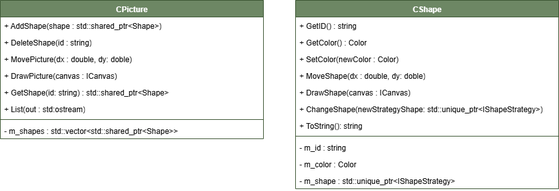
The draw.io diagram strategy/4/ProgramWithShapes.drawio.png in raketa0/OOD, before a commit. Source tidied: cells renumbered, new cells last; positions are measured from the earlier drawing's top-left corner, leaving out a move shared by most shapes.
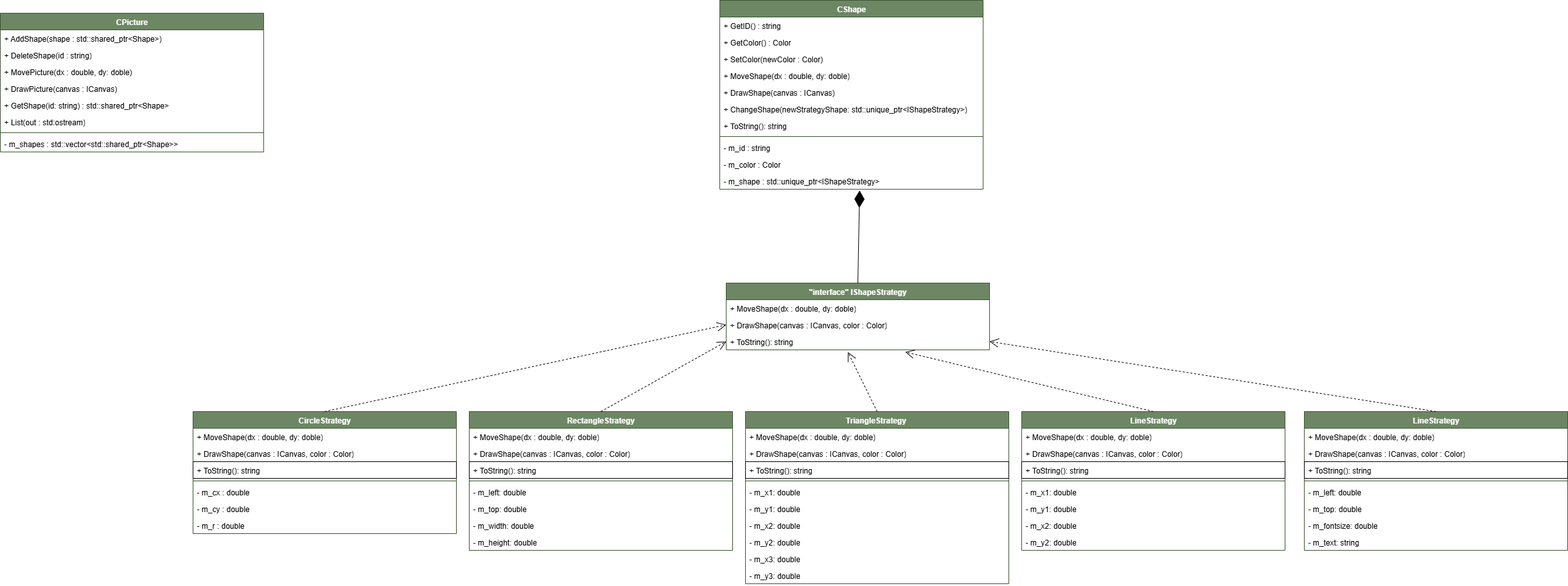
Above is the later version.

Commit message:
Доработал диаграмму классов

What changed in the source:
```diff
@@ -3,7 +3,7 @@
     <mxCell id="0" />
     <mxCell id="1" parent="0" />
     <mxCell id="2" value="CShape" style="swimlane;fontStyle=1;align=center;verticalAlign=top;horizontal=1;startSize=26;whiteSpace=wrap;html=1;fillColor=#6d8764;fontColor=#ffffff;strokeColor=#3A5431;" parent="1" vertex="1">
-      <mxGeometry x="460" width="410" height="294" as="geometry" />
+      <mxGeometry x="770" y="-60" width="410" height="294" as="geometry" />
     </mxCell>
     <mxCell id="3" value="&lt;font style=&quot;color: light-dark(rgb(0, 0, 0), rgb(0, 0, 0));&quot;&gt;+ GetID() : string&lt;/font&gt;" style="text;strokeColor=none;fillColor=none;align=left;verticalAlign=top;spacingLeft=4;spacingRight=4;overflow=hidden;whiteSpace=wrap;html=1;" parent="2" vertex="1">
       <mxGeometry y="26" width="410" height="26" as="geometry" />
@@ -39,7 +39,7 @@
       <mxGeometry y="268" width="410" height="26" as="geometry" />
     </mxCell>
     <mxCell id="14" value="CPicture" style="swimlane;fontStyle=1;align=center;verticalAlign=top;horizontal=1;startSize=26;whiteSpace=wrap;html=1;fillColor=#6d8764;fontColor=#ffffff;strokeColor=#3A5431;" parent="1" vertex="1">
-      <mxGeometry width="410" height="216" as="geometry" />
+      <mxGeometry x="-350" y="-40" width="410" height="216" as="geometry" />
     </mxCell>
     <mxCell id="15" value="&lt;font style=&quot;color: light-dark(rgb(0, 0, 0), rgb(0, 0, 0));&quot;&gt;+ AddShape(shape : std::shared_ptr&amp;lt;Shape&amp;gt;)&lt;/font&gt;" style="text;strokeColor=none;fillColor=none;align=left;verticalAlign=top;spacingLeft=4;spacingRight=4;overflow=hidden;whiteSpace=wrap;html=1;" parent="14" vertex="1">
       <mxGeometry y="26" width="410" height="26" as="geometry" />
@@ -65,5 +65,173 @@
     <mxCell id="22" value="-&amp;nbsp;m_shapes :&amp;nbsp;std::vector&amp;lt;std::shared_ptr&amp;lt;Shape&amp;gt;&amp;gt;" style="text;strokeColor=none;fillColor=none;align=left;verticalAlign=top;spacingLeft=4;spacingRight=4;overflow=hidden;whiteSpace=wrap;html=1;fontColor=light-dark(#000000,#000000);" parent="14" vertex="1">
       <mxGeometry y="190" width="410" height="26" as="geometry" />
     </mxCell>
+    <mxCell id="23" value="&quot;interface&quot; IShapeStrategy" style="swimlane;fontStyle=1;align=center;verticalAlign=top;horizontal=1;startSize=26;whiteSpace=wrap;html=1;fillColor=#6d8764;fontColor=#ffffff;strokeColor=#3A5431;" parent="1" vertex="1">
+      <mxGeometry x="780" y="380" width="410" height="104" as="geometry" />
+    </mxCell>
+    <mxCell id="24" value="+ MoveShape(dx : double, dy: doble)" style="text;strokeColor=none;fillColor=none;align=left;verticalAlign=top;spacingLeft=4;spacingRight=4;overflow=hidden;whiteSpace=wrap;html=1;fontColor=light-dark(#000000,#000000);" parent="23" vertex="1">
+      <mxGeometry y="26" width="410" height="26" as="geometry" />
+    </mxCell>
+    <mxCell id="25" value="+ DrawShape(canvas : ICanvas, color : Color)" style="text;strokeColor=none;fillColor=none;align=left;verticalAlign=top;spacingLeft=4;spacingRight=4;overflow=hidden;points=[[0,0.5],[1,0.5]];portConstraint=eastwest;whiteSpace=wrap;html=1;fontColor=light-dark(#000000,#000000);" parent="23" vertex="1">
+      <mxGeometry y="52" width="410" height="26" as="geometry" />
+    </mxCell>
+    <mxCell id="26" value="+ ToString(): string" style="text;strokeColor=none;fillColor=none;align=left;verticalAlign=top;spacingLeft=4;spacingRight=4;overflow=hidden;points=[[0,0.5],[1,0.5]];portConstraint=eastwest;whiteSpace=wrap;html=1;fontColor=light-dark(#000000,#000000);" parent="23" vertex="1">
+      <mxGeometry y="78" width="410" height="26" as="geometry" />
+    </mxCell>
+    <mxCell id="27" style="endArrow=diamondThin;endFill=1;endSize=24;html=1;rounded=0;entryX=0.531;entryY=1.076;entryDx=0;entryDy=0;exitX=0.5;exitY=0;exitDx=0;exitDy=0;strokeColor=light-dark(#000000,#000000);entryPerimeter=0;" parent="1" edge="1" source="23" target="13">
+      <mxGeometry relative="1" as="geometry" />
+    </mxCell>
+    <mxCell id="28" value="CircleStrategy" style="swimlane;fontStyle=1;align=center;verticalAlign=top;horizontal=1;startSize=26;whiteSpace=wrap;html=1;fillColor=#6d8764;fontColor=#ffffff;strokeColor=#3A5431;" parent="1" vertex="1">
+      <mxGeometry x="-50" y="580" width="410" height="190" as="geometry" />
+    </mxCell>
+    <mxCell id="29" value="+ MoveShape(dx : double, dy: doble)" style="text;strokeColor=none;fillColor=none;align=left;verticalAlign=top;spacingLeft=4;spacingRight=4;overflow=hidden;whiteSpace=wrap;html=1;fontColor=light-dark(#000000,#000000);" parent="28" vertex="1">
+      <mxGeometry y="26" width="410" height="26" as="geometry" />
+    </mxCell>
+    <mxCell id="30" value="+ DrawShape(canvas : ICanvas, color : Color)" style="text;strokeColor=none;fillColor=none;align=left;verticalAlign=top;spacingLeft=4;spacingRight=4;overflow=hidden;whiteSpace=wrap;html=1;fontColor=light-dark(#000000,#000000);" parent="28" vertex="1">
+      <mxGeometry y="52" width="410" height="26" as="geometry" />
+    </mxCell>
+    <mxCell id="31" value="+ ToString(): string" style="text;strokeColor=default;fillColor=none;align=left;verticalAlign=top;spacingLeft=4;spacingRight=4;overflow=hidden;whiteSpace=wrap;html=1;fontColor=light-dark(#000000,#000000);" parent="28" vertex="1">
+      <mxGeometry y="78" width="410" height="26" as="geometry" />
+    </mxCell>
+    <mxCell id="32" style="line;strokeWidth=1;fillColor=none;align=left;verticalAlign=middle;spacingTop=-1;spacingLeft=3;spacingRight=3;labelPosition=right;strokeColor=inherit;" parent="28" vertex="1">
+      <mxGeometry y="104" width="410" height="8" as="geometry" />
+    </mxCell>
+    <mxCell id="33" value="- m_cx : double" style="text;strokeColor=none;fillColor=none;align=left;verticalAlign=top;spacingLeft=4;spacingRight=4;overflow=hidden;whiteSpace=wrap;html=1;fontColor=light-dark(#000000,#000000);" parent="28" vertex="1">
+      <mxGeometry y="112" width="410" height="26" as="geometry" />
+    </mxCell>
+    <mxCell id="34" value="- m_cy : double" style="text;strokeColor=none;fillColor=none;align=left;verticalAlign=top;spacingLeft=4;spacingRight=4;overflow=hidden;whiteSpace=wrap;html=1;fontColor=light-dark(#000000,#000000);" parent="28" vertex="1">
+      <mxGeometry y="138" width="410" height="26" as="geometry" />
+    </mxCell>
+    <mxCell id="35" value="- m_r : double" style="text;strokeColor=none;fillColor=none;align=left;verticalAlign=top;spacingLeft=4;spacingRight=4;overflow=hidden;whiteSpace=wrap;html=1;fontColor=light-dark(#000000,#000000);" parent="28" vertex="1">
+      <mxGeometry y="164" width="410" height="26" as="geometry" />
+    </mxCell>
+    <mxCell id="36" value="RectangleStrategy" style="swimlane;fontStyle=1;align=center;verticalAlign=top;horizontal=1;startSize=26;whiteSpace=wrap;html=1;fillColor=#6d8764;fontColor=#ffffff;strokeColor=#3A5431;" parent="1" vertex="1">
+      <mxGeometry x="380" y="580" width="410" height="216" as="geometry" />
+    </mxCell>
+    <mxCell id="37" value="+ MoveShape(dx : double, dy: doble)" style="text;strokeColor=none;fillColor=none;align=left;verticalAlign=top;spacingLeft=4;spacingRight=4;overflow=hidden;whiteSpace=wrap;html=1;fontColor=light-dark(#000000,#000000);" parent="36" vertex="1">
+      <mxGeometry y="26" width="410" height="26" as="geometry" />
+    </mxCell>
+    <mxCell id="38" value="+ DrawShape(canvas : ICanvas, color : Color)" style="text;strokeColor=none;fillColor=none;align=left;verticalAlign=top;spacingLeft=4;spacingRight=4;overflow=hidden;whiteSpace=wrap;html=1;fontColor=light-dark(#000000,#000000);" parent="36" vertex="1">
+      <mxGeometry y="52" width="410" height="26" as="geometry" />
+    </mxCell>
+    <mxCell id="39" value="+ ToString(): string" style="text;strokeColor=default;fillColor=none;align=left;verticalAlign=top;spacingLeft=4;spacingRight=4;overflow=hidden;whiteSpace=wrap;html=1;fontColor=light-dark(#000000,#000000);" parent="36" vertex="1">
+      <mxGeometry y="78" width="410" height="26" as="geometry" />
+    </mxCell>
+    <mxCell id="40" style="line;strokeWidth=1;fillColor=none;align=left;verticalAlign=middle;spacingTop=-1;spacingLeft=3;spacingRight=3;labelPosition=right;strokeColor=inherit;" parent="36" vertex="1">
+      <mxGeometry y="104" width="410" height="8" as="geometry" />
+    </mxCell>
+    <mxCell id="41" value="- m_left: double" style="text;strokeColor=none;fillColor=none;align=left;verticalAlign=top;spacingLeft=4;spacingRight=4;overflow=hidden;whiteSpace=wrap;html=1;fontColor=light-dark(#000000,#000000);" parent="36" vertex="1">
+      <mxGeometry y="112" width="410" height="26" as="geometry" />
+    </mxCell>
+    <mxCell id="42" value="- m_top: double" style="text;strokeColor=none;fillColor=none;align=left;verticalAlign=top;spacingLeft=4;spacingRight=4;overflow=hidden;whiteSpace=wrap;html=1;fontColor=light-dark(#000000,#000000);" parent="36" vertex="1">
+      <mxGeometry y="138" width="410" height="26" as="geometry" />
+    </mxCell>
+    <mxCell id="43" value="- m_width: double" style="text;strokeColor=none;fillColor=none;align=left;verticalAlign=top;spacingLeft=4;spacingRight=4;overflow=hidden;whiteSpace=wrap;html=1;fontColor=light-dark(#000000,#000000);" parent="36" vertex="1">
+      <mxGeometry y="164" width="410" height="26" as="geometry" />
+    </mxCell>
+    <mxCell id="44" value="- m_height: double" style="text;strokeColor=none;fillColor=none;align=left;verticalAlign=top;spacingLeft=4;spacingRight=4;overflow=hidden;whiteSpace=wrap;html=1;fontColor=light-dark(#000000,#000000);" parent="36" vertex="1">
+      <mxGeometry y="190" width="410" height="26" as="geometry" />
+    </mxCell>
+    <mxCell id="45" value="TriangleStrategy&amp;nbsp;" style="swimlane;fontStyle=1;align=center;verticalAlign=top;horizontal=1;startSize=26;whiteSpace=wrap;html=1;fillColor=#6d8764;fontColor=#ffffff;strokeColor=#3A5431;" parent="1" vertex="1">
+      <mxGeometry x="810" y="580" width="410" height="268" as="geometry" />
+    </mxCell>
+    <mxCell id="46" value="+ MoveShape(dx : double, dy: doble)" style="text;strokeColor=none;fillColor=none;align=left;verticalAlign=top;spacingLeft=4;spacingRight=4;overflow=hidden;whiteSpace=wrap;html=1;fontColor=light-dark(#000000,#000000);" parent="45" vertex="1">
+      <mxGeometry y="26" width="410" height="26" as="geometry" />
+    </mxCell>
+    <mxCell id="47" value="+ DrawShape(canvas : ICanvas, color : Color)" style="text;strokeColor=none;fillColor=none;align=left;verticalAlign=top;spacingLeft=4;spacingRight=4;overflow=hidden;whiteSpace=wrap;html=1;fontColor=light-dark(#000000,#000000);" parent="45" vertex="1">
+      <mxGeometry y="52" width="410" height="26" as="geometry" />
+    </mxCell>
+    <mxCell id="48" value="+ ToString(): string" style="text;strokeColor=default;fillColor=none;align=left;verticalAlign=top;spacingLeft=4;spacingRight=4;overflow=hidden;whiteSpace=wrap;html=1;fontColor=light-dark(#000000,#000000);" parent="45" vertex="1">
+      <mxGeometry y="78" width="410" height="26" as="geometry" />
+    </mxCell>
+    <mxCell id="49" style="line;strokeWidth=1;fillColor=none;align=left;verticalAlign=middle;spacingTop=-1;spacingLeft=3;spacingRight=3;labelPosition=right;strokeColor=inherit;" parent="45" vertex="1">
+      <mxGeometry y="104" width="410" height="8" as="geometry" />
+    </mxCell>
+    <mxCell id="50" value="- m_x1: double" style="text;strokeColor=none;fillColor=none;align=left;verticalAlign=top;spacingLeft=4;spacingRight=4;overflow=hidden;whiteSpace=wrap;html=1;fontColor=light-dark(#000000,#000000);" parent="45" vertex="1">
+      <mxGeometry y="112" width="410" height="26" as="geometry" />
+    </mxCell>
+    <mxCell id="51" value="- m_y1: double" style="text;strokeColor=none;fillColor=none;align=left;verticalAlign=top;spacingLeft=4;spacingRight=4;overflow=hidden;whiteSpace=wrap;html=1;fontColor=light-dark(#000000,#000000);" parent="45" vertex="1">
+      <mxGeometry y="138" width="410" height="26" as="geometry" />
+    </mxCell>
+    <mxCell id="52" value="- m_x2: double" style="text;strokeColor=none;fillColor=none;align=left;verticalAlign=top;spacingLeft=4;spacingRight=4;overflow=hidden;whiteSpace=wrap;html=1;fontColor=light-dark(#000000,#000000);" parent="45" vertex="1">
+      <mxGeometry y="164" width="410" height="26" as="geometry" />
+    </mxCell>
+    <mxCell id="53" value="- m_y2: double" style="text;strokeColor=none;fillColor=none;align=left;verticalAlign=top;spacingLeft=4;spacingRight=4;overflow=hidden;whiteSpace=wrap;html=1;fontColor=light-dark(#000000,#000000);" parent="45" vertex="1">
+      <mxGeometry y="190" width="410" height="26" as="geometry" />
+    </mxCell>
+    <mxCell id="54" value="- m_x3: double" style="text;strokeColor=none;fillColor=none;align=left;verticalAlign=top;spacingLeft=4;spacingRight=4;overflow=hidden;whiteSpace=wrap;html=1;fontColor=light-dark(#000000,#000000);" parent="45" vertex="1">
+      <mxGeometry y="216" width="410" height="26" as="geometry" />
+    </mxCell>
+    <mxCell id="55" value="- m_y3: double" style="text;strokeColor=none;fillColor=none;align=left;verticalAlign=top;spacingLeft=4;spacingRight=4;overflow=hidden;whiteSpace=wrap;html=1;fontColor=light-dark(#000000,#000000);" parent="45" vertex="1">
+      <mxGeometry y="242" width="410" height="26" as="geometry" />
+    </mxCell>
+    <mxCell id="56" value="LineStrategy" style="swimlane;fontStyle=1;align=center;verticalAlign=top;horizontal=1;startSize=26;whiteSpace=wrap;html=1;fillColor=#6d8764;fontColor=#ffffff;strokeColor=#3A5431;" parent="1" vertex="1">
+      <mxGeometry x="1240" y="580" width="410" height="216" as="geometry" />
+    </mxCell>
+    <mxCell id="57" value="+ MoveShape(dx : double, dy: doble)" style="text;strokeColor=none;fillColor=none;align=left;verticalAlign=top;spacingLeft=4;spacingRight=4;overflow=hidden;whiteSpace=wrap;html=1;fontColor=light-dark(#000000,#000000);" parent="56" vertex="1">
+      <mxGeometry y="26" width="410" height="26" as="geometry" />
+    </mxCell>
+    <mxCell id="58" value="+ DrawShape(canvas : ICanvas, color : Color)" style="text;strokeColor=none;fillColor=none;align=left;verticalAlign=top;spacingLeft=4;spacingRight=4;overflow=hidden;whiteSpace=wrap;html=1;fontColor=light-dark(#000000,#000000);" parent="56" vertex="1">
+      <mxGeometry y="52" width="410" height="26" as="geometry" />
+    </mxCell>
+    <mxCell id="59" value="+ ToString(): string" style="text;strokeColor=default;fillColor=none;align=left;verticalAlign=top;spacingLeft=4;spacingRight=4;overflow=hidden;whiteSpace=wrap;html=1;fontColor=light-dark(#000000,#000000);" parent="56" vertex="1">
+      <mxGeometry y="78" width="410" height="26" as="geometry" />
+    </mxCell>
+    <mxCell id="60" style="line;strokeWidth=1;fillColor=none;align=left;verticalAlign=middle;spacingTop=-1;spacingLeft=3;spacingRight=3;labelPosition=right;strokeColor=inherit;" parent="56" vertex="1">
+      <mxGeometry y="104" width="410" height="8" as="geometry" />
+    </mxCell>
+    <mxCell id="61" value="- m_x1: double" style="text;strokeColor=none;fillColor=none;align=left;verticalAlign=top;spacingLeft=4;spacingRight=4;overflow=hidden;whiteSpace=wrap;html=1;fontColor=light-dark(#000000,#000000);" parent="56" vertex="1">
+      <mxGeometry y="112" width="410" height="26" as="geometry" />
+    </mxCell>
+    <mxCell id="62" value="- m_y1: double" style="text;strokeColor=none;fillColor=none;align=left;verticalAlign=top;spacingLeft=4;spacingRight=4;overflow=hidden;whiteSpace=wrap;html=1;fontColor=light-dark(#000000,#000000);" parent="56" vertex="1">
+      <mxGeometry y="138" width="410" height="26" as="geometry" />
+    </mxCell>
+    <mxCell id="63" value="- m_x2: double" style="text;strokeColor=none;fillColor=none;align=left;verticalAlign=top;spacingLeft=4;spacingRight=4;overflow=hidden;whiteSpace=wrap;html=1;fontColor=light-dark(#000000,#000000);" parent="56" vertex="1">
+      <mxGeometry y="164" width="410" height="26" as="geometry" />
+    </mxCell>
+    <mxCell id="64" value="- m_y2: double" style="text;strokeColor=none;fillColor=none;align=left;verticalAlign=top;spacingLeft=4;spacingRight=4;overflow=hidden;whiteSpace=wrap;html=1;fontColor=light-dark(#000000,#000000);" parent="56" vertex="1">
+      <mxGeometry y="190" width="410" height="26" as="geometry" />
+    </mxCell>
+    <mxCell id="65" value="LineStrategy" style="swimlane;fontStyle=1;align=center;verticalAlign=top;horizontal=1;startSize=26;whiteSpace=wrap;html=1;fillColor=#6d8764;fontColor=#ffffff;strokeColor=#3A5431;" parent="1" vertex="1">
+      <mxGeometry x="1680" y="580" width="410" height="216" as="geometry" />
+    </mxCell>
+    <mxCell id="66" value="+ MoveShape(dx : double, dy: doble)" style="text;strokeColor=none;fillColor=none;align=left;verticalAlign=top;spacingLeft=4;spacingRight=4;overflow=hidden;whiteSpace=wrap;html=1;fontColor=light-dark(#000000,#000000);" parent="65" vertex="1">
+      <mxGeometry y="26" width="410" height="26" as="geometry" />
+    </mxCell>
+    <mxCell id="67" value="+ DrawShape(canvas : ICanvas, color : Color)" style="text;strokeColor=none;fillColor=none;align=left;verticalAlign=top;spacingLeft=4;spacingRight=4;overflow=hidden;whiteSpace=wrap;html=1;fontColor=light-dark(#000000,#000000);" parent="65" vertex="1">
+      <mxGeometry y="52" width="410" height="26" as="geometry" />
+    </mxCell>
+    <mxCell id="68" value="+ ToString(): string" style="text;strokeColor=default;fillColor=none;align=left;verticalAlign=top;spacingLeft=4;spacingRight=4;overflow=hidden;whiteSpace=wrap;html=1;fontColor=light-dark(#000000,#000000);" parent="65" vertex="1">
+      <mxGeometry y="78" width="410" height="26" as="geometry" />
+    </mxCell>
+    <mxCell id="69" style="line;strokeWidth=1;fillColor=none;align=left;verticalAlign=middle;spacingTop=-1;spacingLeft=3;spacingRight=3;labelPosition=right;strokeColor=inherit;" parent="65" vertex="1">
+      <mxGeometry y="104" width="410" height="8" as="geometry" />
+    </mxCell>
+    <mxCell id="70" value="- m_left: double" style="text;strokeColor=none;fillColor=none;align=left;verticalAlign=top;spacingLeft=4;spacingRight=4;overflow=hidden;whiteSpace=wrap;html=1;fontColor=light-dark(#000000,#000000);" parent="65" vertex="1">
+      <mxGeometry y="112" width="410" height="26" as="geometry" />
+    </mxCell>
+    <mxCell id="71" value="- m_top: double" style="text;strokeColor=none;fillColor=none;align=left;verticalAlign=top;spacingLeft=4;spacingRight=4;overflow=hidden;whiteSpace=wrap;html=1;fontColor=light-dark(#000000,#000000);" parent="65" vertex="1">
+      <mxGeometry y="138" width="410" height="26" as="geometry" />
+    </mxCell>
+    <mxCell id="72" value="- m_fontsize: double" style="text;strokeColor=none;fillColor=none;align=left;verticalAlign=top;spacingLeft=4;spacingRight=4;overflow=hidden;whiteSpace=wrap;html=1;fontColor=light-dark(#000000,#000000);" parent="65" vertex="1">
+      <mxGeometry y="164" width="410" height="26" as="geometry" />
+    </mxCell>
+    <mxCell id="73" value="- m_text: string" style="text;strokeColor=none;fillColor=none;align=left;verticalAlign=top;spacingLeft=4;spacingRight=4;overflow=hidden;whiteSpace=wrap;html=1;fontColor=light-dark(#000000,#000000);" parent="65" vertex="1">
+      <mxGeometry y="190" width="410" height="26" as="geometry" />
+    </mxCell>
+    <mxCell id="74" style="endArrow=open;endSize=12;dashed=1;html=1;rounded=0;entryX=0;entryY=0.5;entryDx=0;entryDy=0;exitX=0.5;exitY=0;exitDx=0;exitDy=0;strokeColor=light-dark(#000000,#000000);" parent="1" edge="1" source="28" target="25">
+      <mxGeometry relative="1" as="geometry" />
+    </mxCell>
+    <mxCell id="75" style="endArrow=open;endSize=12;dashed=1;html=1;rounded=0;entryX=0.462;entryY=1.129;entryDx=0;entryDy=0;exitX=0.5;exitY=0;exitDx=0;exitDy=0;strokeColor=light-dark(#000000,#000000);entryPerimeter=0;" parent="1" edge="1" source="45" target="26">
+      <mxGeometry relative="1" as="geometry" />
+    </mxCell>
+    <mxCell id="76" style="endArrow=open;endSize=12;dashed=1;html=1;rounded=0;entryX=0;entryY=0.5;entryDx=0;entryDy=0;exitX=0.5;exitY=0;exitDx=0;exitDy=0;strokeColor=light-dark(#000000,#000000);" parent="1" edge="1" source="36" target="26">
+      <mxGeometry relative="1" as="geometry" />
+    </mxCell>
+    <mxCell id="77" style="endArrow=open;endSize=12;dashed=1;html=1;rounded=0;entryX=0.68;entryY=1.129;entryDx=0;entryDy=0;exitX=0.5;exitY=0;exitDx=0;exitDy=0;strokeColor=light-dark(#000000,#000000);entryPerimeter=0;" parent="1" edge="1" source="56" target="26">
+      <mxGeometry relative="1" as="geometry" />
+    </mxCell>
+    <mxCell id="78" style="endArrow=open;endSize=12;dashed=1;html=1;rounded=0;entryX=1;entryY=0.5;entryDx=0;entryDy=0;exitX=0.5;exitY=0;exitDx=0;exitDy=0;strokeColor=light-dark(#000000,#000000);" parent="1" edge="1" source="65" target="26">
+      <mxGeometry relative="1" as="geometry" />
+    </mxCell>
   </root>
 </mxGraphModel>
```
